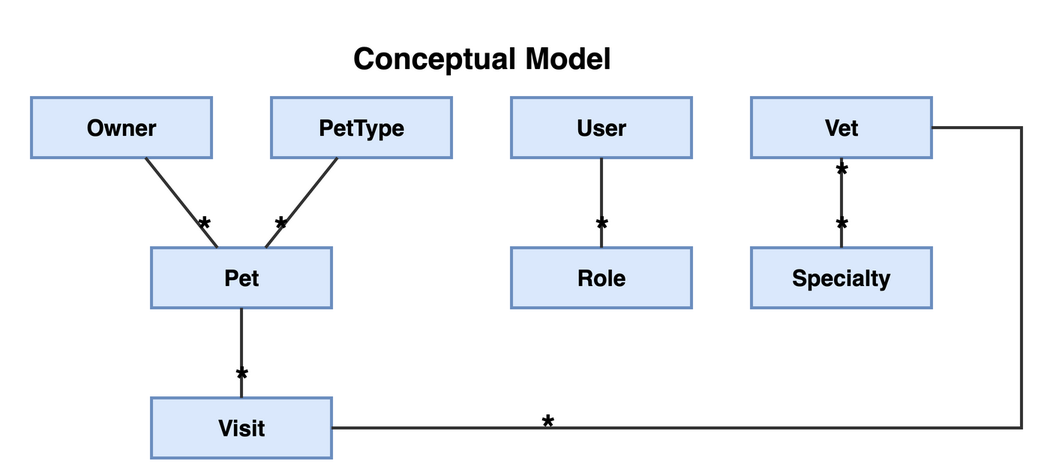
Before: petclinic-backend/docs/ConceptualModel.drawio.png, a diagram exported from draw.io (victorrentea/petclinic). Source tidied: cells renumbered, new cells last; positions are measured from the earlier drawing's top-left corner, leaving out a move shared by most shapes.
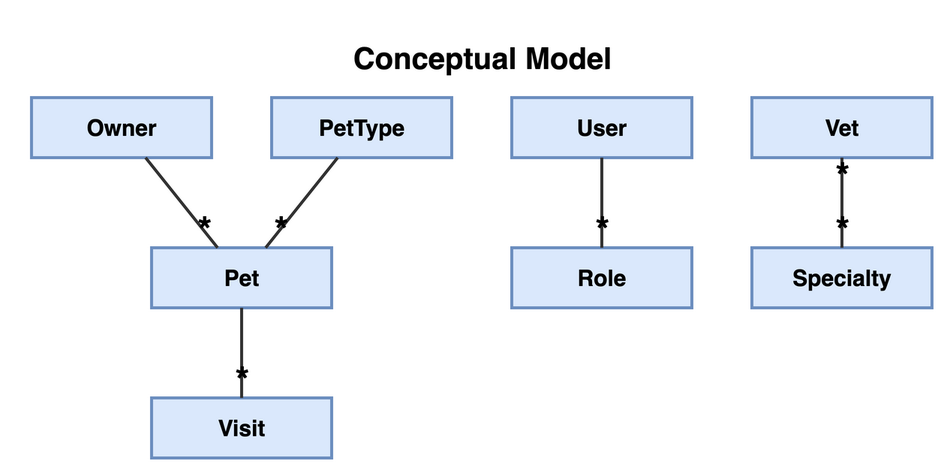
Above is the later version.

Diff of the diagram source:
```diff
@@ -59,17 +59,6 @@
     <mxCell id="20" value="*" style="edgeLabel;html=1;align=center;verticalAlign=middle;fontSize=24;fontStyle=1;labelBackgroundColor=none;" parent="19" vertex="1">
       <mxGeometry x="0.6" relative="1" as="geometry" />
     </mxCell>
-    <mxCell id="21" style="endArrow=none;html=1;strokeColor=#333333;strokeWidth=2;fontSize=12;edgeStyle=orthogonalEdgeStyle;rounded=0;exitX=1;exitY=0.5;exitDx=0;exitDy=0;entryX=1;entryY=0.5;entryDx=0;entryDy=0;" parent="1" edge="1" source="10" target="6">
-      <mxGeometry relative="1" as="geometry">
-        <Array as="points">
-          <mxPoint x="660" y="265" />
-          <mxPoint x="660" y="65" />
-        </Array>
-      </mxGeometry>
-    </mxCell>
-    <mxCell id="22" value="*" style="edgeLabel;html=1;align=center;verticalAlign=middle;fontSize=24;fontStyle=1;labelBackgroundColor=none;" parent="21" vertex="1">
-      <mxGeometry x="-0.6" relative="1" as="geometry" />
-    </mxCell>
     <mxCell id="23" value="*" style="edgeLabel;html=1;align=center;verticalAlign=middle;fontSize=24;fontStyle=1;labelBackgroundColor=none;" parent="19" vertex="1">
       <mxGeometry x="-0.6" relative="1" as="geometry" />
     </mxCell>
```
